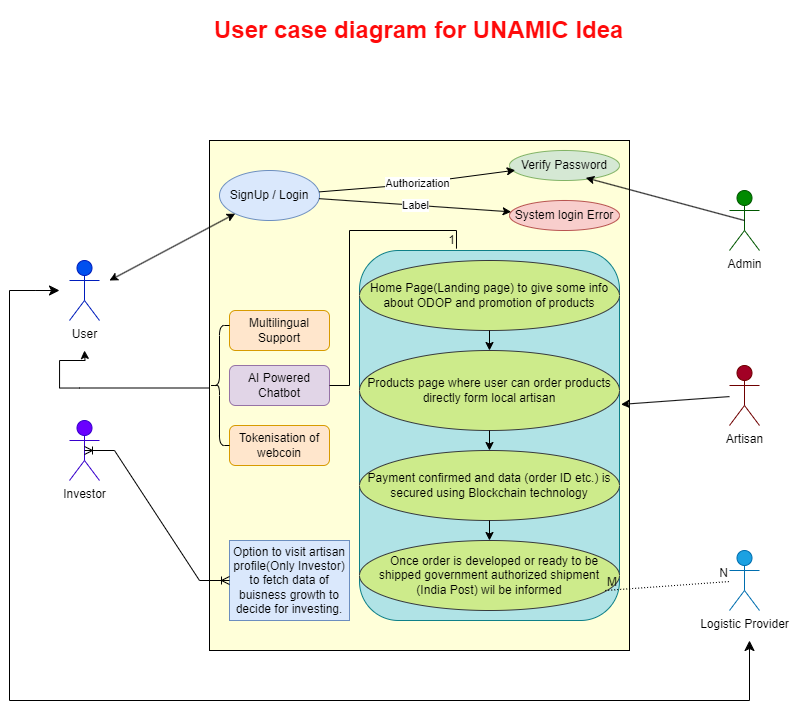
Before: SIH.drawio.png, a diagram exported from draw.io (unsparsh/SIH_2023). Source tidied: cells renumbered, new cells last; positions are measured from the earlier drawing's top-left corner, leaving out a move shared by most shapes.
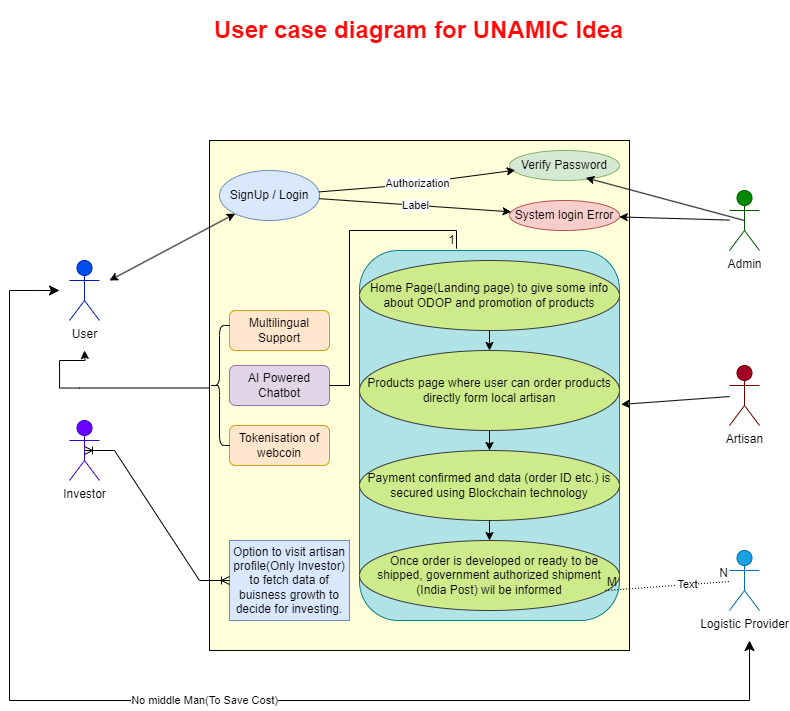
Later version of the same file.

Diff of the diagram source:
```diff
@@ -72,7 +72,7 @@
     <mxCell id="23" value="Payment confirmed and data (order ID etc.) is secured using Blockchain technology" style="ellipse;whiteSpace=wrap;html=1;fillColor=#cdeb8b;strokeColor=#36393d;" parent="1" vertex="1">
       <mxGeometry x="350" y="440" width="260" height="70" as="geometry" />
     </mxCell>
-    <mxCell id="24" value="&amp;nbsp; &amp;nbsp;Once order is developed or ready to be shipped government authorized shipment &lt;br&gt;(India Post) wil be informed" style="ellipse;whiteSpace=wrap;html=1;fillColor=#cdeb8b;strokeColor=#36393d;" parent="1" vertex="1">
+    <mxCell id="24" value="&amp;nbsp; &amp;nbsp;Once order is developed or ready to be shipped, government authorized shipment &lt;br&gt;(India Post) wil be informed" style="ellipse;whiteSpace=wrap;html=1;fillColor=#cdeb8b;strokeColor=#36393d;" parent="1" vertex="1">
       <mxGeometry x="350" y="530" width="260" height="70" as="geometry" />
     </mxCell>
     <mxCell id="25" style="endArrow=classic;startArrow=classic;html=1;rounded=0;" parent="1" edge="1" target="4">
@@ -107,6 +107,9 @@
     <mxCell id="34" value="N" style="html=1;whiteSpace=wrap;align=right;verticalAlign=bottom;" parent="32" vertex="1">
       <mxGeometry x="1" relative="1" as="geometry" />
     </mxCell>
+    <mxCell id="43" value="Text" style="edgeLabel;html=1;align=center;verticalAlign=middle;" parent="32" vertex="1">
+      <mxGeometry x="0.33" y="1" relative="1" as="geometry" />
+    </mxCell>
     <mxCell id="35" style="ellipse;whiteSpace=wrap;html=1;align=center;fillColor=none;strokeColor=none;perimeter=centerPerimeter;" parent="1" vertex="1">
       <mxGeometry x="270" y="405" width="10" height="10" as="geometry" />
     </mxCell>
@@ -130,7 +133,7 @@
     <mxCell id="39" value="1" style="html=1;whiteSpace=wrap;align=right;verticalAlign=bottom;" parent="38" vertex="1">
       <mxGeometry x="1" relative="1" as="geometry" />
     </mxCell>
-    <mxCell id="40" style="edgeStyle=elbowEdgeStyle;elbow=vertical;endArrow=classic;html=1;curved=0;rounded=0;endSize=8;startSize=8;" parent="1" edge="1">
+    <mxCell id="40" value="No middle Man(To Save Cost)" style="edgeStyle=elbowEdgeStyle;elbow=vertical;endArrow=classic;html=1;curved=0;rounded=0;endSize=8;startSize=8;" parent="1" edge="1">
       <mxGeometry relative="1" as="geometry">
         <mxPoint y="280" as="sourcePoint" />
         <mxPoint x="740" y="630" as="targetPoint" />
@@ -148,5 +151,8 @@
     <mxCell id="42" style="shape=curlyBracket;whiteSpace=wrap;html=1;rounded=1;labelPosition=left;verticalLabelPosition=middle;align=right;verticalAlign=middle;" parent="1" vertex="1">
       <mxGeometry x="200" y="315" width="20" height="120" as="geometry" />
     </mxCell>
+    <mxCell id="44" style="endArrow=classic;html=1;rounded=0;" parent="1" edge="1" source="6" target="10">
+      <mxGeometry relative="1" as="geometry" />
+    </mxCell>
   </root>
 </mxGraphModel>
```
